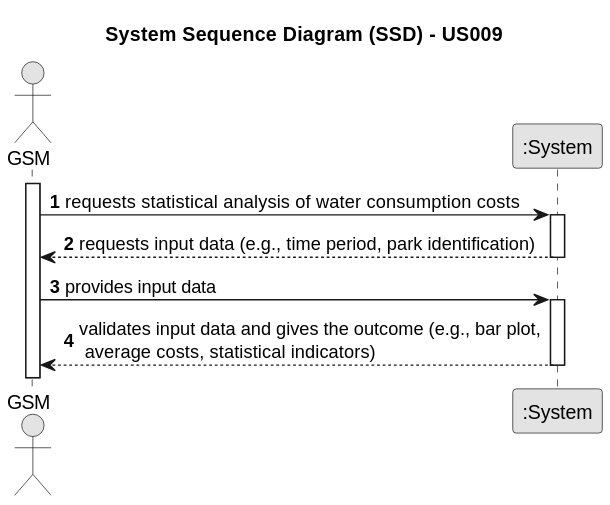
ricardomm7/leaflink keeps this PlantUML diagram as docs/sprintB/us009/01.requirements-engineering/svg/us009-system-sequence-diagram-alternative-one.svg. Above is the earlier version.
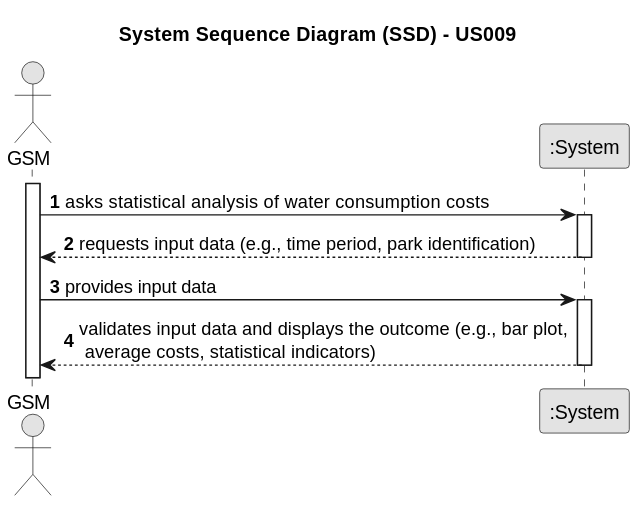
Above is the later version.

Diff of the diagram source:
```diff
@@ -12,7 +12,7 @@
 
 activate GSM
 
-    GSM -> System : requests statistical analysis of water consumption costs
+    GSM -> System : asks statistical analysis of water consumption costs
     activate System
 
         System --> GSM : requests input data (e.g., time period, park identification)
@@ -21,6 +21,6 @@
     GSM -> System : provides input data
     activate System
 
-        System --> GSM : validates input data and gives the outcome (e.g., bar plot,\n average costs, statistical indicators)
+        System --> GSM : validates input data and displays the outcome (e.g., bar plot,\n average costs, statistical indicators)
     deactivate System
 @enduml
```
